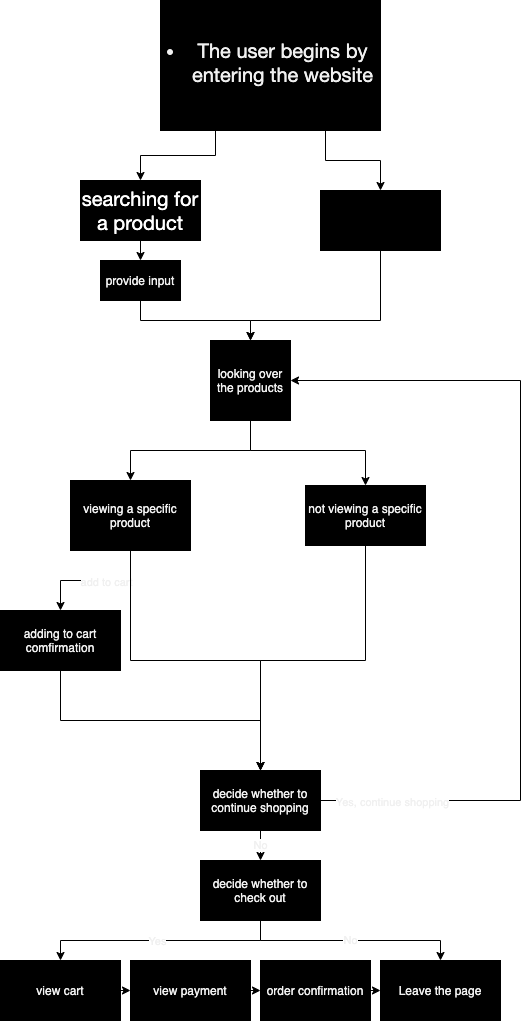
This is explore/disgramming/diagram.drawio.png from Solowyhn/fa21-cse110-lab4, a draw.io export, as it was before one commit. Source tidied: cells renumbered, new cells last; positions are measured from the earlier drawing's top-left corner, leaving out a move shared by most shapes.
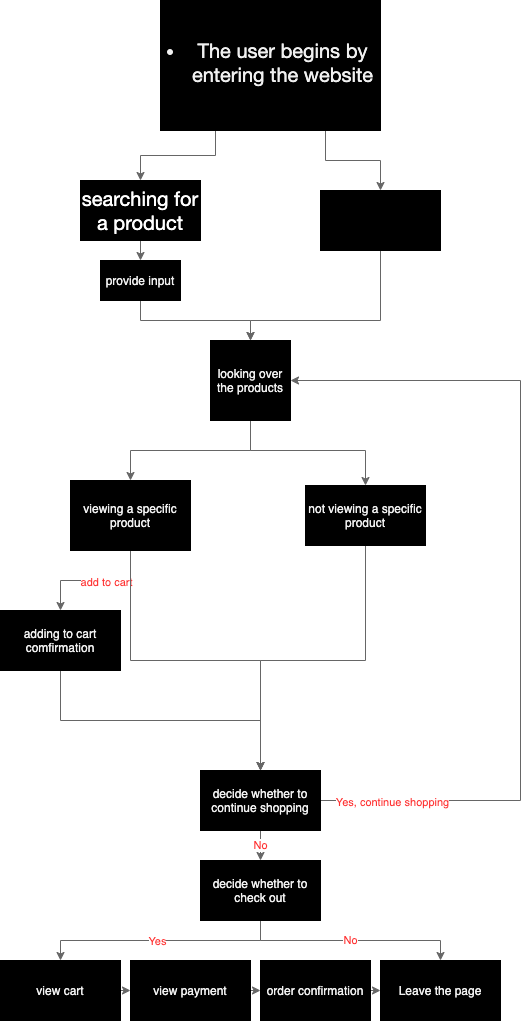
After the commit.

The edit, as a diff of the source:
```diff
@@ -2,22 +2,22 @@
   <root>
     <mxCell id="0" />
     <mxCell id="1" parent="0" />
-    <mxCell id="2" style="edgeStyle=orthogonalEdgeStyle;rounded=0;jettySize=auto;html=1;exitX=0.25;exitY=1;exitDx=0;exitDy=0;fontColor=#F0F0F0;" parent="1" edge="1" source="4" target="6">
+    <mxCell id="2" style="edgeStyle=orthogonalEdgeStyle;rounded=0;jettySize=auto;html=1;exitX=0.25;exitY=1;exitDx=0;exitDy=0;fontColor=#F0F0F0;fillColor=#f5f5f5;strokeColor=#666666;" parent="1" edge="1" source="4" target="6">
       <mxGeometry relative="1" as="geometry" />
     </mxCell>
-    <mxCell id="3" style="edgeStyle=orthogonalEdgeStyle;rounded=0;jettySize=auto;html=1;exitX=0.75;exitY=1;exitDx=0;exitDy=0;entryX=0.5;entryY=0;entryDx=0;entryDy=0;fontColor=#F0F0F0;" parent="1" edge="1" source="4" target="8">
+    <mxCell id="3" style="edgeStyle=orthogonalEdgeStyle;rounded=0;jettySize=auto;html=1;exitX=0.75;exitY=1;exitDx=0;exitDy=0;entryX=0.5;entryY=0;entryDx=0;entryDy=0;fontColor=#F0F0F0;fillColor=#f5f5f5;strokeColor=#666666;" parent="1" edge="1" source="4" target="8">
       <mxGeometry relative="1" as="geometry" />
     </mxCell>
     <mxCell id="4" value="&lt;ul style=&quot;padding: 0px ; margin: 0px 0px 6px 25px ; font-family: &amp;#34;lato extended&amp;#34; , &amp;#34;lato&amp;#34; , &amp;#34;helvetica neue&amp;#34; , &amp;#34;helvetica&amp;#34; , &amp;#34;arial&amp;#34; , sans-serif ; font-size: 20px&quot;&gt;&lt;li&gt;&lt;span style=&quot;background-color: rgb(0 , 0 , 0)&quot;&gt;The user begins by entering the website&lt;/span&gt;&lt;/li&gt;&lt;/ul&gt;" style="rounded=0;whiteSpace=wrap;html=1;fillColor=#000000;fontColor=#F0F0F0;labelBackgroundColor=#000000;" parent="1" vertex="1">
       <mxGeometry x="160" width="220" height="130" as="geometry" />
     </mxCell>
-    <mxCell id="5" style="edgeStyle=orthogonalEdgeStyle;rounded=0;jettySize=auto;html=1;exitX=0.5;exitY=1;exitDx=0;exitDy=0;entryX=0.5;entryY=0;entryDx=0;entryDy=0;fontColor=#F0F0F0;" parent="1" edge="1" source="6" target="10">
+    <mxCell id="5" style="edgeStyle=orthogonalEdgeStyle;rounded=0;jettySize=auto;html=1;exitX=0.5;exitY=1;exitDx=0;exitDy=0;entryX=0.5;entryY=0;entryDx=0;entryDy=0;fontColor=#F0F0F0;fillColor=#f5f5f5;strokeColor=#666666;" parent="1" edge="1" source="6" target="10">
       <mxGeometry relative="1" as="geometry" />
     </mxCell>
     <mxCell id="6" value="&lt;span style=&quot;font-family: &amp;quot;lato extended&amp;quot;, lato, &amp;quot;helvetica neue&amp;quot;, helvetica, arial, sans-serif; font-size: 20px; text-align: left; background-color: rgb(0, 0, 0);&quot;&gt;searching for a product&lt;/span&gt;" style="rounded=0;whiteSpace=wrap;html=1;labelBackgroundColor=#000000;fillColor=#000000;fontColor=#FFFFFF;" parent="1" vertex="1">
       <mxGeometry x="80" y="180" width="120" height="60" as="geometry" />
     </mxCell>
-    <mxCell id="7" style="edgeStyle=orthogonalEdgeStyle;rounded=0;jettySize=auto;html=1;exitX=0.5;exitY=1;exitDx=0;exitDy=0;fontColor=#f0f0f0;entryX=0.5;entryY=0;entryDx=0;entryDy=0;" parent="1" edge="1" source="8" target="13">
+    <mxCell id="7" style="edgeStyle=orthogonalEdgeStyle;rounded=0;jettySize=auto;html=1;exitX=0.5;exitY=1;exitDx=0;exitDy=0;fontColor=#f0f0f0;entryX=0.5;entryY=0;entryDx=0;entryDy=0;fillColor=#f5f5f5;strokeColor=#666666;" parent="1" edge="1" source="8" target="13">
       <mxGeometry relative="1" as="geometry">
         <Array as="points">
           <mxPoint x="380" y="320" />
@@ -28,13 +28,13 @@
     <mxCell id="8" value="&lt;span style=&quot;font-family: &amp;quot;lato extended&amp;quot;, lato, &amp;quot;helvetica neue&amp;quot;, helvetica, arial, sans-serif; font-size: 20px; text-align: left; background-color: rgb(0, 0, 0);&quot;&gt;exploring the products&lt;/span&gt;" style="rounded=0;whiteSpace=wrap;html=1;labelBackgroundColor=#000000;fillColor=#000000;" parent="1" vertex="1">
       <mxGeometry x="320" y="190" width="120" height="60" as="geometry" />
     </mxCell>
-    <mxCell id="9" style="edgeStyle=orthogonalEdgeStyle;rounded=0;jettySize=auto;html=1;exitX=0.5;exitY=1;exitDx=0;exitDy=0;entryX=0.5;entryY=0;entryDx=0;entryDy=0;fontColor=#f0f0f0;" parent="1" edge="1" source="10" target="13">
+    <mxCell id="9" style="edgeStyle=orthogonalEdgeStyle;rounded=0;jettySize=auto;html=1;exitX=0.5;exitY=1;exitDx=0;exitDy=0;entryX=0.5;entryY=0;entryDx=0;entryDy=0;fontColor=#f0f0f0;fillColor=#f5f5f5;strokeColor=#666666;" parent="1" edge="1" source="10" target="13">
       <mxGeometry relative="1" as="geometry" />
     </mxCell>
     <mxCell id="10" value="provide input" style="rounded=0;whiteSpace=wrap;html=1;labelBackgroundColor=#000000;fontColor=#F0F0F0;fillColor=#000000;" parent="1" vertex="1">
       <mxGeometry x="100" y="260" width="80" height="40" as="geometry" />
     </mxCell>
-    <mxCell id="11" style="edgeStyle=orthogonalEdgeStyle;rounded=0;jettySize=auto;html=1;exitX=0.5;exitY=1;exitDx=0;exitDy=0;entryX=0.5;entryY=0;entryDx=0;entryDy=0;fontColor=#f0f0f0;" parent="1" edge="1" source="13" target="17">
+    <mxCell id="11" style="edgeStyle=orthogonalEdgeStyle;rounded=0;jettySize=auto;html=1;exitX=0.5;exitY=1;exitDx=0;exitDy=0;entryX=0.5;entryY=0;entryDx=0;entryDy=0;fontColor=#f0f0f0;fillColor=#f5f5f5;strokeColor=#666666;" parent="1" edge="1" source="13" target="17">
       <mxGeometry relative="1" as="geometry">
         <Array as="points">
           <mxPoint x="250" y="450" />
@@ -42,7 +42,7 @@
         </Array>
       </mxGeometry>
     </mxCell>
-    <mxCell id="12" style="edgeStyle=orthogonalEdgeStyle;rounded=0;jettySize=auto;html=1;exitX=0.5;exitY=1;exitDx=0;exitDy=0;entryX=0.5;entryY=0;entryDx=0;entryDy=0;fontColor=#f0f0f0;" parent="1" edge="1" source="13" target="19">
+    <mxCell id="12" style="edgeStyle=orthogonalEdgeStyle;rounded=0;jettySize=auto;html=1;exitX=0.5;exitY=1;exitDx=0;exitDy=0;entryX=0.5;entryY=0;entryDx=0;entryDy=0;fontColor=#f0f0f0;fillColor=#f5f5f5;strokeColor=#666666;" parent="1" edge="1" source="13" target="19">
       <mxGeometry relative="1" as="geometry">
         <Array as="points">
           <mxPoint x="250" y="450" />
@@ -53,19 +53,19 @@
     <mxCell id="13" value="looking over the products" style="whiteSpace=wrap;html=1;labelBackgroundColor=#000000;fontColor=#f0f0f0;fillColor=#000000;" parent="1" vertex="1">
       <mxGeometry x="210" y="340" width="80" height="80" as="geometry" />
     </mxCell>
-    <mxCell id="14" style="edgeStyle=orthogonalEdgeStyle;rounded=0;jettySize=auto;html=1;exitX=0.5;exitY=1;exitDx=0;exitDy=0;entryX=0.5;entryY=0;entryDx=0;entryDy=0;fontColor=#f0f0f0;" parent="1" edge="1" source="17" target="21">
+    <mxCell id="14" style="edgeStyle=orthogonalEdgeStyle;rounded=0;jettySize=auto;html=1;exitX=0.5;exitY=1;exitDx=0;exitDy=0;entryX=0.5;entryY=0;entryDx=0;entryDy=0;fontColor=#f0f0f0;fillColor=#f5f5f5;strokeColor=#666666;" parent="1" edge="1" source="17" target="21">
       <mxGeometry relative="1" as="geometry" />
     </mxCell>
-    <mxCell id="15" value="add to cart" style="edgeLabel;html=1;align=center;verticalAlign=middle;fontColor=#f0f0f0;" parent="14" vertex="1">
+    <mxCell id="15" value="add to cart" style="edgeLabel;html=1;align=center;verticalAlign=middle;fontColor=#FF3333;" parent="14" vertex="1">
       <mxGeometry x="-0.15" y="1" relative="1" as="geometry" />
     </mxCell>
-    <mxCell id="16" style="edgeStyle=orthogonalEdgeStyle;rounded=0;jettySize=auto;html=1;exitX=0.5;exitY=1;exitDx=0;exitDy=0;entryX=0.5;entryY=0;entryDx=0;entryDy=0;fontColor=#f0f0f0;" parent="1" edge="1" source="17" target="25">
+    <mxCell id="16" style="edgeStyle=orthogonalEdgeStyle;rounded=0;jettySize=auto;html=1;exitX=0.5;exitY=1;exitDx=0;exitDy=0;entryX=0.5;entryY=0;entryDx=0;entryDy=0;fontColor=#f0f0f0;fillColor=#f5f5f5;strokeColor=#666666;" parent="1" edge="1" source="17" target="25">
       <mxGeometry relative="1" as="geometry" />
     </mxCell>
     <mxCell id="17" value="viewing a specific product" style="rounded=0;whiteSpace=wrap;html=1;labelBackgroundColor=#000000;fontColor=#f0f0f0;fillColor=#000000;" parent="1" vertex="1">
       <mxGeometry x="70" y="480" width="120" height="70" as="geometry" />
     </mxCell>
-    <mxCell id="18" style="edgeStyle=orthogonalEdgeStyle;rounded=0;jettySize=auto;html=1;exitX=0.5;exitY=1;exitDx=0;exitDy=0;entryX=0.5;entryY=0;entryDx=0;entryDy=0;fontColor=#f0f0f0;" parent="1" edge="1" source="19" target="25">
+    <mxCell id="18" style="edgeStyle=orthogonalEdgeStyle;rounded=0;jettySize=auto;html=1;exitX=0.5;exitY=1;exitDx=0;exitDy=0;entryX=0.5;entryY=0;entryDx=0;entryDy=0;fontColor=#f0f0f0;fillColor=#f5f5f5;strokeColor=#666666;" parent="1" edge="1" source="19" target="25">
       <mxGeometry relative="1" as="geometry">
         <Array as="points">
           <mxPoint x="365" y="660" />
@@ -76,13 +76,13 @@
     <mxCell id="19" value="not viewing a specific product" style="rounded=0;whiteSpace=wrap;html=1;labelBackgroundColor=#000000;fontColor=#f0f0f0;fillColor=#000000;" parent="1" vertex="1">
       <mxGeometry x="305" y="485" width="120" height="60" as="geometry" />
     </mxCell>
-    <mxCell id="20" style="edgeStyle=orthogonalEdgeStyle;rounded=0;jettySize=auto;html=1;exitX=0.5;exitY=1;exitDx=0;exitDy=0;entryX=0.5;entryY=0;entryDx=0;entryDy=0;fontColor=#f0f0f0;" parent="1" edge="1" source="21" target="25">
+    <mxCell id="20" style="edgeStyle=orthogonalEdgeStyle;rounded=0;jettySize=auto;html=1;exitX=0.5;exitY=1;exitDx=0;exitDy=0;entryX=0.5;entryY=0;entryDx=0;entryDy=0;fontColor=#f0f0f0;fillColor=#f5f5f5;strokeColor=#666666;" parent="1" edge="1" source="21" target="25">
       <mxGeometry relative="1" as="geometry" />
     </mxCell>
     <mxCell id="21" value="adding to cart comfirmation" style="rounded=0;whiteSpace=wrap;html=1;labelBackgroundColor=#000000;fontColor=#f0f0f0;fillColor=#000000;" parent="1" vertex="1">
       <mxGeometry y="610" width="120" height="60" as="geometry" />
     </mxCell>
-    <mxCell id="22" style="edgeStyle=orthogonalEdgeStyle;rounded=0;jettySize=auto;html=1;exitX=1;exitY=0.5;exitDx=0;exitDy=0;entryX=1;entryY=0.5;entryDx=0;entryDy=0;fontColor=#f0f0f0;" parent="1" edge="1" source="25" target="13">
+    <mxCell id="22" style="edgeStyle=orthogonalEdgeStyle;rounded=0;jettySize=auto;html=1;exitX=1;exitY=0.5;exitDx=0;exitDy=0;entryX=1;entryY=0.5;entryDx=0;entryDy=0;fontColor=#f0f0f0;fillColor=#f5f5f5;strokeColor=#666666;" parent="1" edge="1" source="25" target="13">
       <mxGeometry relative="1" as="geometry">
         <Array as="points">
           <mxPoint x="520" y="800" />
@@ -90,10 +90,10 @@
         </Array>
       </mxGeometry>
     </mxCell>
-    <mxCell id="23" value="Yes, continue shopping" style="edgeLabel;html=1;align=center;verticalAlign=middle;fontColor=#f0f0f0;" parent="22" vertex="1">
+    <mxCell id="23" value="Yes, continue shopping" style="edgeLabel;html=1;align=center;verticalAlign=middle;fontColor=#FF3333;" parent="22" vertex="1">
       <mxGeometry x="-0.83" y="-1" relative="1" as="geometry" />
     </mxCell>
-    <mxCell id="24" value="No" style="edgeStyle=orthogonalEdgeStyle;rounded=0;jettySize=auto;html=1;exitX=0.5;exitY=1;exitDx=0;exitDy=0;fontColor=#f0f0f0;" parent="1" edge="1" source="25" target="30">
+    <mxCell id="24" value="No" style="edgeStyle=orthogonalEdgeStyle;rounded=0;jettySize=auto;html=1;exitX=0.5;exitY=1;exitDx=0;exitDy=0;fontColor=#FF3333;fillColor=#f5f5f5;strokeColor=#666666;" parent="1" edge="1" source="25" target="30">
       <mxGeometry relative="1" as="geometry" />
     </mxCell>
     <mxCell id="25" value="decide whether to continue shopping" style="rounded=0;whiteSpace=wrap;html=1;labelBackgroundColor=#000000;fontColor=#f0f0f0;fillColor=#000000;" parent="1" vertex="1">
@@ -102,31 +102,31 @@
     <mxCell id="26" style="edgeStyle=orthogonalEdgeStyle;rounded=0;orthogonalLoop=1;jettySize=auto;html=1;exitX=0.5;exitY=1;exitDx=0;exitDy=0;fontColor=#f0f0f0;" parent="1" edge="1" source="19" target="19">
       <mxGeometry relative="1" as="geometry" />
     </mxCell>
-    <mxCell id="27" style="edgeStyle=orthogonalEdgeStyle;rounded=0;jettySize=auto;html=1;exitX=0.5;exitY=1;exitDx=0;exitDy=0;fontColor=#f0f0f0;" parent="1" edge="1" source="30" target="32">
+    <mxCell id="27" style="edgeStyle=orthogonalEdgeStyle;rounded=0;jettySize=auto;html=1;exitX=0.5;exitY=1;exitDx=0;exitDy=0;fontColor=#f0f0f0;fillColor=#f5f5f5;strokeColor=#666666;" parent="1" edge="1" source="30" target="32">
       <mxGeometry relative="1" as="geometry" />
     </mxCell>
-    <mxCell id="28" value="Yes" style="edgeLabel;html=1;align=center;verticalAlign=middle;fontColor=#f0f0f0;" parent="27" vertex="1">
+    <mxCell id="28" value="Yes" style="edgeLabel;html=1;align=center;verticalAlign=middle;fontColor=#FF3333;" parent="27" vertex="1">
       <mxGeometry x="0.03" relative="1" as="geometry" />
     </mxCell>
-    <mxCell id="29" value="No" style="edgeStyle=orthogonalEdgeStyle;rounded=0;jettySize=auto;html=1;exitX=0.5;exitY=1;exitDx=0;exitDy=0;fontColor=#f0f0f0;" parent="1" edge="1" source="30" target="37">
+    <mxCell id="29" value="No" style="edgeStyle=orthogonalEdgeStyle;rounded=0;jettySize=auto;html=1;exitX=0.5;exitY=1;exitDx=0;exitDy=0;fontColor=#FF3333;fillColor=#f5f5f5;strokeColor=#666666;" parent="1" edge="1" source="30" target="37">
       <mxGeometry relative="1" as="geometry" />
     </mxCell>
     <mxCell id="30" value="decide whether to check out" style="rounded=0;whiteSpace=wrap;html=1;labelBackgroundColor=#000000;fontColor=#f0f0f0;fillColor=#000000;" parent="1" vertex="1">
       <mxGeometry x="200" y="860" width="120" height="60" as="geometry" />
     </mxCell>
-    <mxCell id="31" style="edgeStyle=orthogonalEdgeStyle;rounded=0;jettySize=auto;html=1;exitX=1;exitY=0.5;exitDx=0;exitDy=0;entryX=0;entryY=0.5;entryDx=0;entryDy=0;fontColor=#f0f0f0;" parent="1" edge="1" source="32" target="34">
+    <mxCell id="31" style="edgeStyle=orthogonalEdgeStyle;rounded=0;jettySize=auto;html=1;exitX=1;exitY=0.5;exitDx=0;exitDy=0;entryX=0;entryY=0.5;entryDx=0;entryDy=0;fontColor=#f0f0f0;fillColor=#f5f5f5;strokeColor=#666666;" parent="1" edge="1" source="32" target="34">
       <mxGeometry relative="1" as="geometry" />
     </mxCell>
     <mxCell id="32" value="view cart" style="rounded=0;whiteSpace=wrap;html=1;labelBackgroundColor=#000000;fontColor=#f0f0f0;fillColor=#000000;" parent="1" vertex="1">
       <mxGeometry y="960" width="120" height="60" as="geometry" />
     </mxCell>
-    <mxCell id="33" style="edgeStyle=orthogonalEdgeStyle;rounded=0;jettySize=auto;html=1;exitX=1;exitY=0.5;exitDx=0;exitDy=0;entryX=0;entryY=0.5;entryDx=0;entryDy=0;fontColor=#f0f0f0;" parent="1" edge="1" source="34" target="36">
+    <mxCell id="33" style="edgeStyle=orthogonalEdgeStyle;rounded=0;jettySize=auto;html=1;exitX=1;exitY=0.5;exitDx=0;exitDy=0;entryX=0;entryY=0.5;entryDx=0;entryDy=0;fontColor=#f0f0f0;fillColor=#f5f5f5;strokeColor=#666666;" parent="1" edge="1" source="34" target="36">
       <mxGeometry relative="1" as="geometry" />
     </mxCell>
     <mxCell id="34" value="view payment" style="rounded=0;whiteSpace=wrap;html=1;labelBackgroundColor=#000000;fontColor=#f0f0f0;fillColor=#000000;" parent="1" vertex="1">
       <mxGeometry x="130" y="960" width="120" height="60" as="geometry" />
     </mxCell>
-    <mxCell id="35" style="edgeStyle=orthogonalEdgeStyle;rounded=0;jettySize=auto;html=1;exitX=1;exitY=0.5;exitDx=0;exitDy=0;entryX=0;entryY=0.5;entryDx=0;entryDy=0;fontColor=#f0f0f0;" parent="1" edge="1" source="36" target="37">
+    <mxCell id="35" style="edgeStyle=orthogonalEdgeStyle;rounded=0;jettySize=auto;html=1;exitX=1;exitY=0.5;exitDx=0;exitDy=0;entryX=0;entryY=0.5;entryDx=0;entryDy=0;fontColor=#f0f0f0;fillColor=#f5f5f5;strokeColor=#666666;" parent="1" edge="1" source="36" target="37">
       <mxGeometry relative="1" as="geometry" />
     </mxCell>
     <mxCell id="36" value="order confirmation" style="rounded=0;whiteSpace=wrap;html=1;labelBackgroundColor=#000000;fontColor=#f0f0f0;fillColor=#000000;" parent="1" vertex="1">
```
